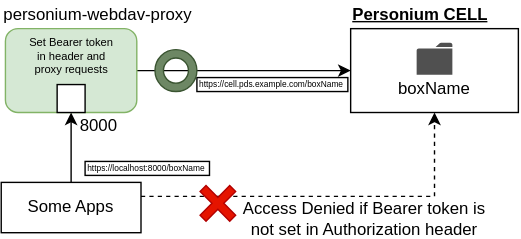
This is img/how_it_works.drawio.svg from yoh1496/personium-webdav-proxy, a draw.io export, as it was before one commit. Source tidied: cells renumbered, new cells last; positions are measured from the earlier drawing's top-left corner, leaving out a move shared by most shapes. Source of this version:
```xml
<mxGraphModel background="#FFFFFF">
  <root>
    <mxCell id="0" />
    <mxCell id="1" parent="0" />
    <mxCell id="2" value="https://cell.pds.example.com/boxName" style="rounded=0;whiteSpace=wrap;html=1;fontSize=6;align=left;" parent="1" vertex="1">
      <mxGeometry x="140" y="55" width="108" height="10" as="geometry" />
    </mxCell>
    <mxCell id="3" style="rounded=0;whiteSpace=wrap;html=1;" parent="1" vertex="1">
      <mxGeometry x="250" y="20" width="120" height="60" as="geometry" />
    </mxCell>
    <mxCell id="4" value="Personium CELL" style="text;html=1;strokeColor=none;fillColor=none;align=center;verticalAlign=middle;whiteSpace=wrap;rounded=0;fontStyle=5;" parent="1" vertex="1">
      <mxGeometry x="250" width="100" height="20" as="geometry" />
    </mxCell>
    <mxCell id="5" style="edgeStyle=orthogonalEdgeStyle;rounded=0;jettySize=auto;html=1;entryX=0;entryY=0.5;entryDx=0;entryDy=0;" parent="1" edge="1" source="6" target="3">
      <mxGeometry relative="1" as="geometry" />
    </mxCell>
    <mxCell id="6" style="rounded=1;whiteSpace=wrap;html=1;fillColor=#d5e8d4;strokeColor=#82b366;" parent="1" vertex="1">
      <mxGeometry x="3" y="20" width="94" height="60" as="geometry" />
    </mxCell>
    <mxCell id="7" value="personium-webdav-proxy" style="text;html=1;strokeColor=none;fillColor=none;align=left;verticalAlign=middle;whiteSpace=wrap;rounded=0;" parent="1" vertex="1">
      <mxGeometry width="170" height="20" as="geometry" />
    </mxCell>
    <mxCell id="8" style="edgeStyle=orthogonalEdgeStyle;rounded=0;jettySize=auto;html=1;entryX=0.5;entryY=1;entryDx=0;entryDy=0;dashed=1;" parent="1" edge="1" source="10" target="3">
      <mxGeometry relative="1" as="geometry">
        <Array as="points">
          <mxPoint x="310" y="140" />
        </Array>
      </mxGeometry>
    </mxCell>
    <mxCell id="9" style="edgeStyle=orthogonalEdgeStyle;rounded=0;jettySize=auto;html=1;entryX=0.5;entryY=1;entryDx=0;entryDy=0;" parent="1" edge="1" source="10" target="12">
      <mxGeometry relative="1" as="geometry" />
    </mxCell>
    <mxCell id="10" value="Some Apps" style="rounded=0;whiteSpace=wrap;html=1;" parent="1" vertex="1">
      <mxGeometry y="130" width="100" height="36" as="geometry" />
    </mxCell>
    <mxCell id="11" value="8000" style="text;html=1;strokeColor=none;fillColor=none;align=center;verticalAlign=middle;whiteSpace=wrap;rounded=0;" parent="1" vertex="1">
      <mxGeometry x="50" y="80" width="40" height="20" as="geometry" />
    </mxCell>
    <mxCell id="12" style="rounded=0;whiteSpace=wrap;html=1;" parent="1" vertex="1">
      <mxGeometry x="40" y="60" width="20" height="20" as="geometry" />
    </mxCell>
    <mxCell id="13" style="shape=cross;whiteSpace=wrap;html=1;rotation=45;fillColor=#e51400;strokeColor=#B20000;fontColor=#ffffff;" parent="1" vertex="1">
      <mxGeometry x="140" y="130" width="30" height="30" as="geometry" />
    </mxCell>
    <mxCell id="14" value="Access Denied if Bearer token is not set in Authorization header&amp;nbsp;" style="text;html=1;strokeColor=none;fillColor=none;align=center;verticalAlign=middle;whiteSpace=wrap;rounded=0;" parent="1" vertex="1">
      <mxGeometry x="170" y="146" width="180" height="20" as="geometry" />
    </mxCell>
    <mxCell id="15" style="shadow=0;dashed=0;html=1;strokeColor=none;fillColor=#505050;labelPosition=center;verticalLabelPosition=bottom;verticalAlign=top;align=center;shape=mxgraph.office.concepts.folder;" parent="1" vertex="1">
      <mxGeometry x="297.2" y="30" width="25.6" height="23" as="geometry" />
    </mxCell>
    <mxCell id="16" value="boxName" style="text;html=1;strokeColor=none;fillColor=none;align=center;verticalAlign=middle;whiteSpace=wrap;rounded=0;" parent="1" vertex="1">
      <mxGeometry x="290" y="53" width="40" height="20" as="geometry" />
    </mxCell>
    <mxCell id="17" style="verticalLabelPosition=bottom;verticalAlign=top;html=1;shape=mxgraph.basic.donut;dx=6.05;fillColor=#6d8764;strokeColor=#3A5431;fontColor=#ffffff;" parent="1" vertex="1">
      <mxGeometry x="110" y="35" width="30" height="30" as="geometry" />
    </mxCell>
    <mxCell id="18" value="Set Bearer token in header and proxy requests&amp;nbsp;" style="text;html=1;strokeColor=none;fillColor=none;align=center;verticalAlign=middle;whiteSpace=wrap;rounded=0;fontSize=8;" parent="1" vertex="1">
      <mxGeometry x="16.8" y="30" width="66.5" height="20" as="geometry" />
    </mxCell>
    <mxCell id="19" value="https://localhost:8000/boxName" style="rounded=0;whiteSpace=wrap;html=1;fontSize=6;align=left;" parent="1" vertex="1">
      <mxGeometry x="60" y="115" width="89" height="10" as="geometry" />
    </mxCell>
  </root>
</mxGraphModel>
```
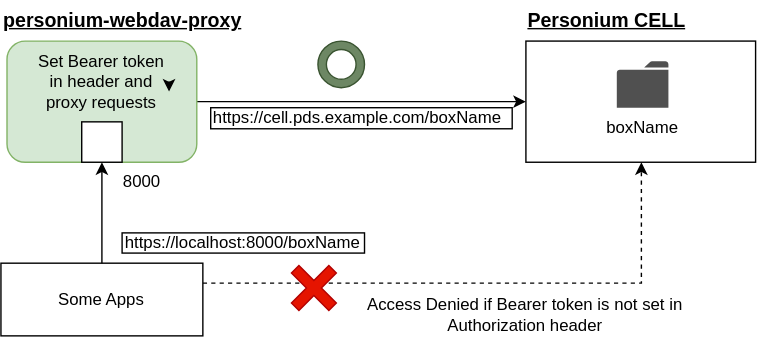
After the commit.

What changed in the source:
```diff
@@ -2,63 +2,67 @@
   <root>
     <mxCell id="0" />
     <mxCell id="1" parent="0" />
-    <mxCell id="2" value="https://cell.pds.example.com/boxName" style="rounded=0;whiteSpace=wrap;html=1;fontSize=6;align=left;" parent="1" vertex="1">
-      <mxGeometry x="140" y="55" width="108" height="10" as="geometry" />
+    <mxCell id="2" value="https://cell.pds.example.com/boxName" style="rounded=0;whiteSpace=wrap;html=1;fontSize=12;align=left;" parent="1" vertex="1">
+      <mxGeometry x="150" y="76.5" width="215.6" height="15.1" as="geometry" />
     </mxCell>
     <mxCell id="3" style="rounded=0;whiteSpace=wrap;html=1;" parent="1" vertex="1">
-      <mxGeometry x="250" y="20" width="120" height="60" as="geometry" />
+      <mxGeometry x="375.4" y="28.9" width="164.2" height="86.6" as="geometry" />
     </mxCell>
-    <mxCell id="4" value="Personium CELL" style="text;html=1;strokeColor=none;fillColor=none;align=center;verticalAlign=middle;whiteSpace=wrap;rounded=0;fontStyle=5;" parent="1" vertex="1">
-      <mxGeometry x="250" width="100" height="20" as="geometry" />
+    <mxCell id="4" value="Personium CELL" style="text;html=1;strokeColor=none;fillColor=none;align=left;verticalAlign=middle;whiteSpace=wrap;rounded=0;fontStyle=5;fontSize=14;" parent="1" vertex="1">
+      <mxGeometry x="375.4" width="144.4" height="28.9" as="geometry" />
     </mxCell>
     <mxCell id="5" style="edgeStyle=orthogonalEdgeStyle;rounded=0;jettySize=auto;html=1;entryX=0;entryY=0.5;entryDx=0;entryDy=0;" parent="1" edge="1" source="6" target="3">
-      <mxGeometry relative="1" as="geometry" />
+      <mxGeometry x="30" y="30" as="geometry" />
     </mxCell>
     <mxCell id="6" style="rounded=1;whiteSpace=wrap;html=1;fillColor=#d5e8d4;strokeColor=#82b366;" parent="1" vertex="1">
-      <mxGeometry x="3" y="20" width="94" height="60" as="geometry" />
+      <mxGeometry x="4.3" y="28.9" width="135.7" height="86.6" as="geometry" />
     </mxCell>
-    <mxCell id="7" value="personium-webdav-proxy" style="text;html=1;strokeColor=none;fillColor=none;align=left;verticalAlign=middle;whiteSpace=wrap;rounded=0;" parent="1" vertex="1">
-      <mxGeometry width="170" height="20" as="geometry" />
+    <mxCell id="7" value="personium-webdav-proxy" style="text;html=1;strokeColor=none;fillColor=none;align=left;verticalAlign=middle;whiteSpace=wrap;rounded=0;fontStyle=5;fontSize=14;" parent="1" vertex="1">
+      <mxGeometry width="245.5" height="28.9" as="geometry" />
     </mxCell>
     <mxCell id="8" style="edgeStyle=orthogonalEdgeStyle;rounded=0;jettySize=auto;html=1;entryX=0.5;entryY=1;entryDx=0;entryDy=0;dashed=1;" parent="1" edge="1" source="10" target="3">
-      <mxGeometry relative="1" as="geometry">
+      <mxGeometry x="30" y="30" as="geometry">
         <Array as="points">
-          <mxPoint x="310" y="140" />
+          <mxPoint x="458" y="202" />
+          <mxPoint x="458" y="116" />
         </Array>
       </mxGeometry>
     </mxCell>
-    <mxCell id="9" style="edgeStyle=orthogonalEdgeStyle;rounded=0;jettySize=auto;html=1;entryX=0.5;entryY=1;entryDx=0;entryDy=0;" parent="1" edge="1" source="10" target="12">
-      <mxGeometry relative="1" as="geometry" />
-    </mxCell>
     <mxCell id="10" value="Some Apps" style="rounded=0;whiteSpace=wrap;html=1;" parent="1" vertex="1">
-      <mxGeometry y="130" width="100" height="36" as="geometry" />
+      <mxGeometry y="187.7" width="144.4" height="52" as="geometry" />
     </mxCell>
     <mxCell id="11" value="8000" style="text;html=1;strokeColor=none;fillColor=none;align=center;verticalAlign=middle;whiteSpace=wrap;rounded=0;" parent="1" vertex="1">
-      <mxGeometry x="50" y="80" width="40" height="20" as="geometry" />
+      <mxGeometry x="72.2" y="115.5" width="57.8" height="28.9" as="geometry" />
     </mxCell>
     <mxCell id="12" style="rounded=0;whiteSpace=wrap;html=1;" parent="1" vertex="1">
-      <mxGeometry x="40" y="60" width="20" height="20" as="geometry" />
+      <mxGeometry x="57.8" y="86.6" width="28.9" height="28.9" as="geometry" />
     </mxCell>
+    <mxCell id="9" style="edgeStyle=orthogonalEdgeStyle;rounded=0;jettySize=auto;html=1;entryX=0.5;entryY=1;entryDx=0;entryDy=0;" parent="1" edge="1" source="10" target="12">
+      <mxGeometry x="30" y="30" as="geometry" />
+    </mxCell>
     <mxCell id="13" style="shape=cross;whiteSpace=wrap;html=1;rotation=45;fillColor=#e51400;strokeColor=#B20000;fontColor=#ffffff;" parent="1" vertex="1">
-      <mxGeometry x="140" y="130" width="30" height="30" as="geometry" />
+      <mxGeometry x="204.9" y="186.6" width="37.9" height="37.9" as="geometry" />
     </mxCell>
     <mxCell id="14" value="Access Denied if Bearer token is not set in Authorization header&amp;nbsp;" style="text;html=1;strokeColor=none;fillColor=none;align=center;verticalAlign=middle;whiteSpace=wrap;rounded=0;" parent="1" vertex="1">
-      <mxGeometry x="170" y="146" width="180" height="20" as="geometry" />
+      <mxGeometry x="245.5" y="210.8" width="259.9" height="28.9" as="geometry" />
     </mxCell>
     <mxCell id="15" style="shadow=0;dashed=0;html=1;strokeColor=none;fillColor=#505050;labelPosition=center;verticalLabelPosition=bottom;verticalAlign=top;align=center;shape=mxgraph.office.concepts.folder;" parent="1" vertex="1">
-      <mxGeometry x="297.2" y="30" width="25.6" height="23" as="geometry" />
+      <mxGeometry x="440.4" y="43.3" width="36.9" height="33.2" as="geometry" />
     </mxCell>
     <mxCell id="16" value="boxName" style="text;html=1;strokeColor=none;fillColor=none;align=center;verticalAlign=middle;whiteSpace=wrap;rounded=0;" parent="1" vertex="1">
-      <mxGeometry x="290" y="53" width="40" height="20" as="geometry" />
+      <mxGeometry x="430" y="76.5" width="57.8" height="28.9" as="geometry" />
     </mxCell>
     <mxCell id="17" style="verticalLabelPosition=bottom;verticalAlign=top;html=1;shape=mxgraph.basic.donut;dx=6.05;fillColor=#6d8764;strokeColor=#3A5431;fontColor=#ffffff;" parent="1" vertex="1">
-      <mxGeometry x="110" y="35" width="30" height="30" as="geometry" />
+      <mxGeometry x="226.7" y="28.9" width="33.3" height="33.3" as="geometry" />
     </mxCell>
-    <mxCell id="18" value="Set Bearer token in header and proxy requests&amp;nbsp;" style="text;html=1;strokeColor=none;fillColor=none;align=center;verticalAlign=middle;whiteSpace=wrap;rounded=0;fontSize=8;" parent="1" vertex="1">
-      <mxGeometry x="16.8" y="30" width="66.5" height="20" as="geometry" />
+    <mxCell id="18" value="Set Bearer token in header and proxy requests&amp;nbsp;" style="text;html=1;strokeColor=none;fillColor=none;align=center;verticalAlign=middle;whiteSpace=wrap;rounded=0;fontSize=12;" parent="1" vertex="1">
+      <mxGeometry x="24.2" y="43.3" width="96" height="28.9" as="geometry" />
     </mxCell>
-    <mxCell id="19" value="https://localhost:8000/boxName" style="rounded=0;whiteSpace=wrap;html=1;fontSize=6;align=left;" parent="1" vertex="1">
-      <mxGeometry x="60" y="115" width="89" height="10" as="geometry" />
+    <mxCell id="19" value="https://localhost:8000/boxName" style="rounded=0;whiteSpace=wrap;html=1;fontSize=12;align=left;" parent="1" vertex="1">
+      <mxGeometry x="86.6" y="166.1" width="173.4" height="14.4" as="geometry" />
     </mxCell>
+    <mxCell id="20" style="edgeStyle=orthogonalEdgeStyle;rounded=0;orthogonalLoop=1;jettySize=auto;html=1;exitX=1;exitY=0.5;exitDx=0;exitDy=0;entryX=1;entryY=0.75;entryDx=0;entryDy=0;fontSize=14;" parent="1" edge="1" source="18" target="18">
+      <mxGeometry relative="1" as="geometry" />
+    </mxCell>
   </root>
 </mxGraphModel>
```
